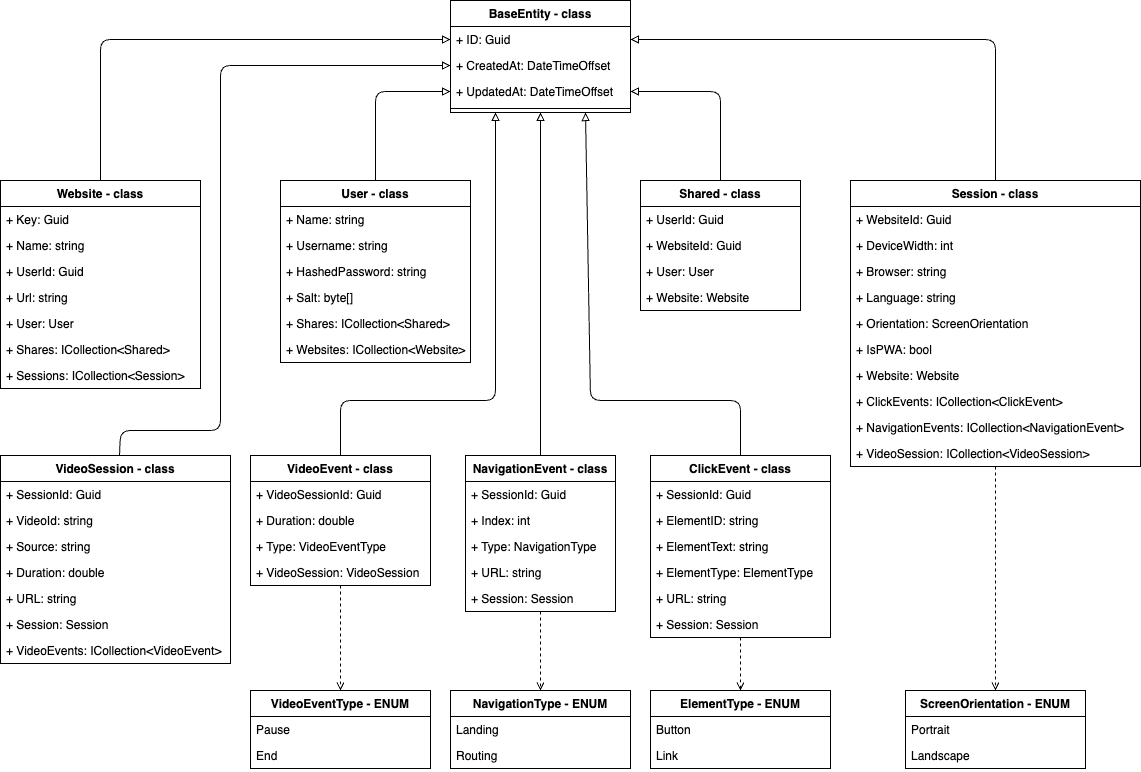
Before: documentation/classes/data_classes.drawio.png, a diagram exported from draw.io (Nikditten/BachelorProjekt). Source tidied: cells renumbered, new cells last; positions are measured from the earlier drawing's top-left corner, leaving out a move shared by most shapes.
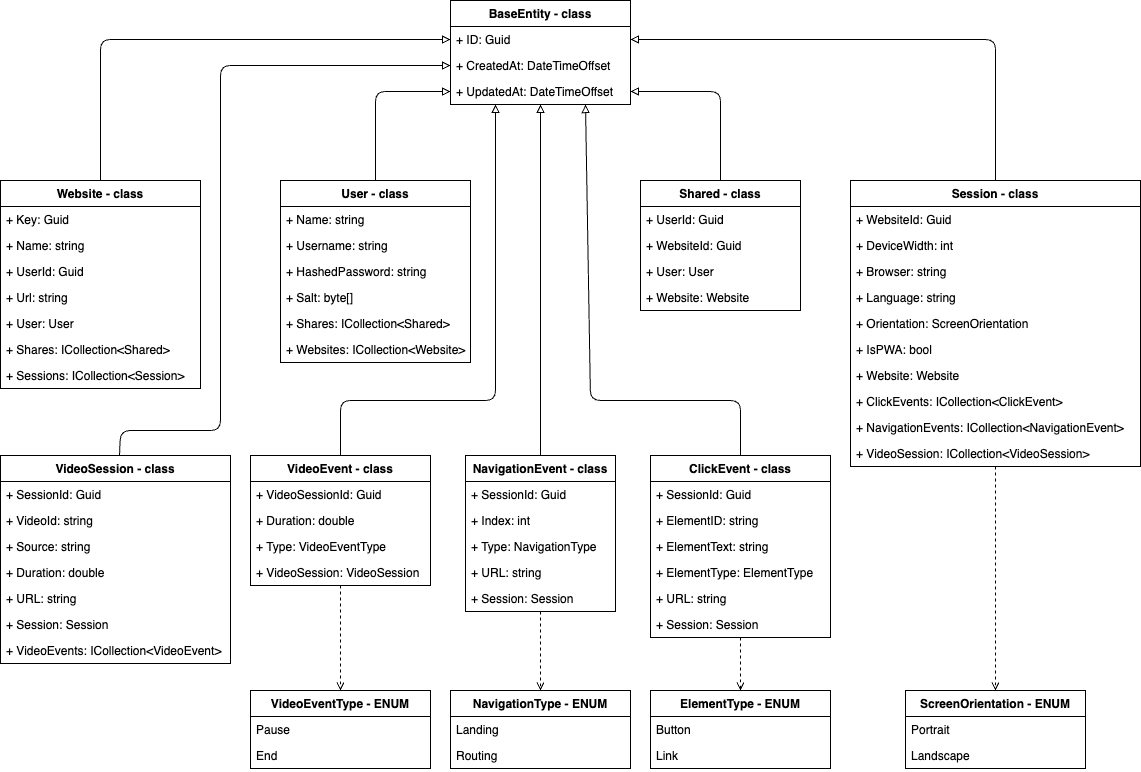
After the change.

Diff of the diagram source:
```diff
@@ -243,7 +243,7 @@
       <mxGeometry y="104" width="180" height="26" as="geometry" />
     </mxCell>
     <mxCell id="71" value="BaseEntity - class" style="swimlane;fontStyle=1;align=center;verticalAlign=top;horizontal=1;startSize=26;" parent="1" vertex="1">
-      <mxGeometry x="450" width="180" height="112" as="geometry" />
+      <mxGeometry x="450" width="180" height="104" as="geometry" />
     </mxCell>
     <mxCell id="72" value="+ ID: Guid" style="text;strokeColor=none;fillColor=none;align=left;verticalAlign=top;spacingLeft=4;spacingRight=4;overflow=hidden;points=[[0,0.5],[1,0.5]];portConstraint=eastwest;" parent="71" vertex="1">
       <mxGeometry y="26" width="180" height="26" as="geometry" />
@@ -254,9 +254,6 @@
     <mxCell id="74" value="+ UpdatedAt: DateTimeOffset" style="text;strokeColor=none;fillColor=none;align=left;verticalAlign=top;spacingLeft=4;spacingRight=4;overflow=hidden;points=[[0,0.5],[1,0.5]];portConstraint=eastwest;" parent="71" vertex="1">
       <mxGeometry y="78" width="180" height="26" as="geometry" />
     </mxCell>
-    <mxCell id="75" style="line;strokeWidth=1;fillColor=none;align=left;verticalAlign=middle;spacingTop=-1;spacingLeft=3;spacingRight=3;labelPosition=right;strokeColor=inherit;" parent="71" vertex="1">
-      <mxGeometry y="104" width="180" height="8" as="geometry" />
-    </mxCell>
     <mxCell id="76" value="VideoEventType - ENUM" style="swimlane;fontStyle=1;align=center;verticalAlign=top;horizontal=1;startSize=26;" parent="1" vertex="1">
       <mxGeometry x="250" y="690" width="180" height="78" as="geometry" />
     </mxCell>
```
